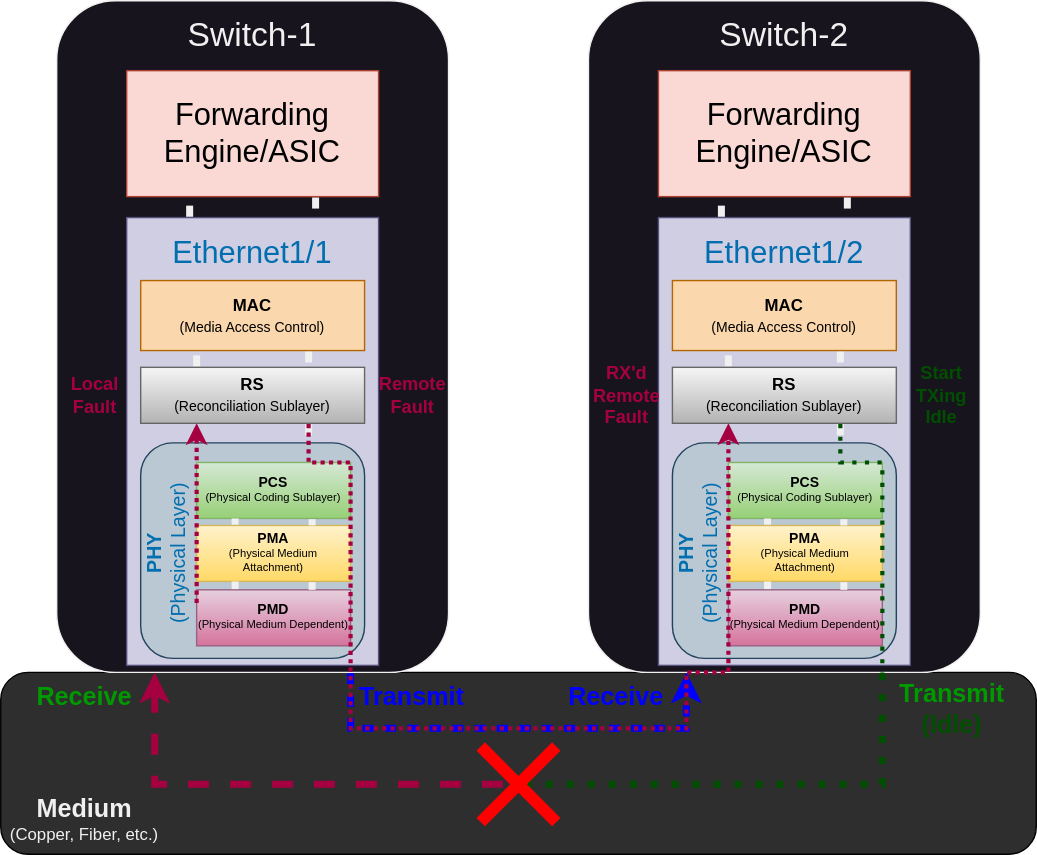
Before: images/2024/ethernet-lf-rf/lfrf_lower_level_rf_received_idle_tx.svg, a diagram exported from draw.io (ChristopherJHart/ChristopherJHart.github.io). Source tidied: cells renumbered, new cells last; positions are measured from the earlier drawing's top-left corner, leaving out a move shared by most shapes.
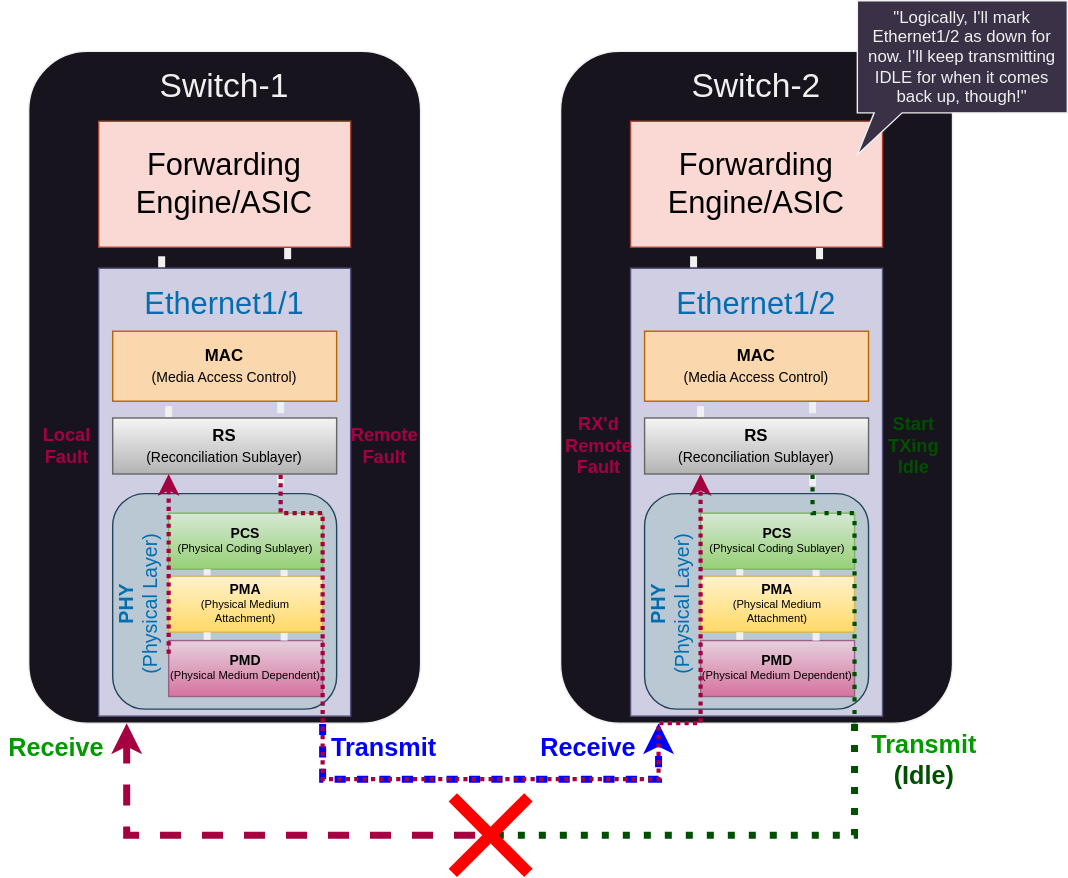
After the change.

Commit message:
chore: add some more color regarding debounce timers and improved IDLE TX image

Diff of the diagram source:
```diff
@@ -2,12 +2,6 @@
   <root>
     <mxCell id="0" />
     <mxCell id="1" parent="0" />
-    <mxCell id="2" style="rounded=1;whiteSpace=wrap;html=1;fillColor=#2E2E2E;shadow=0;glass=0;strokeColor=#000000;fillStyle=auto;" parent="1" vertex="1">
-      <mxGeometry y="480" width="740" height="130" as="geometry" />
-    </mxCell>
-    <mxCell id="3" value="&lt;b&gt;&lt;font style=&quot;font-size: 18px;&quot;&gt;Medium&lt;/font&gt;&lt;br&gt;&lt;/b&gt;(Copper, Fiber, etc.)" style="text;html=1;strokeColor=none;fillColor=none;align=center;verticalAlign=middle;whiteSpace=wrap;rounded=0;" parent="1" vertex="1">
-      <mxGeometry y="560" width="120" height="50" as="geometry" />
-    </mxCell>
     <mxCell id="4" style="edgeStyle=orthogonalEdgeStyle;rounded=0;jettySize=auto;html=1;exitX=0.75;exitY=1;exitDx=0;exitDy=0;entryX=0.25;entryY=1;entryDx=0;entryDy=0;endArrow=classic;endFill=1;strokeWidth=5;strokeColor=#0000FF;flowAnimation=1;" parent="1" edge="1" source="5" target="31">
       <mxGeometry relative="1" as="geometry">
         <Array as="points">
@@ -223,5 +217,8 @@
         </Array>
       </mxGeometry>
     </mxCell>
+    <mxCell id="63" value="&quot;Logically, I'll mark Ethernet1/2 as down for now. I'll keep transmitting IDLE for when it comes back up, though!&quot;" style="shape=callout;whiteSpace=wrap;html=1;perimeter=calloutPerimeter;position2=0;size=30;position=0.08;fillColor=#3B3147;" parent="1" vertex="1">
+      <mxGeometry x="632" y="-36" width="150" height="110" as="geometry" />
+    </mxCell>
   </root>
 </mxGraphModel>
```
